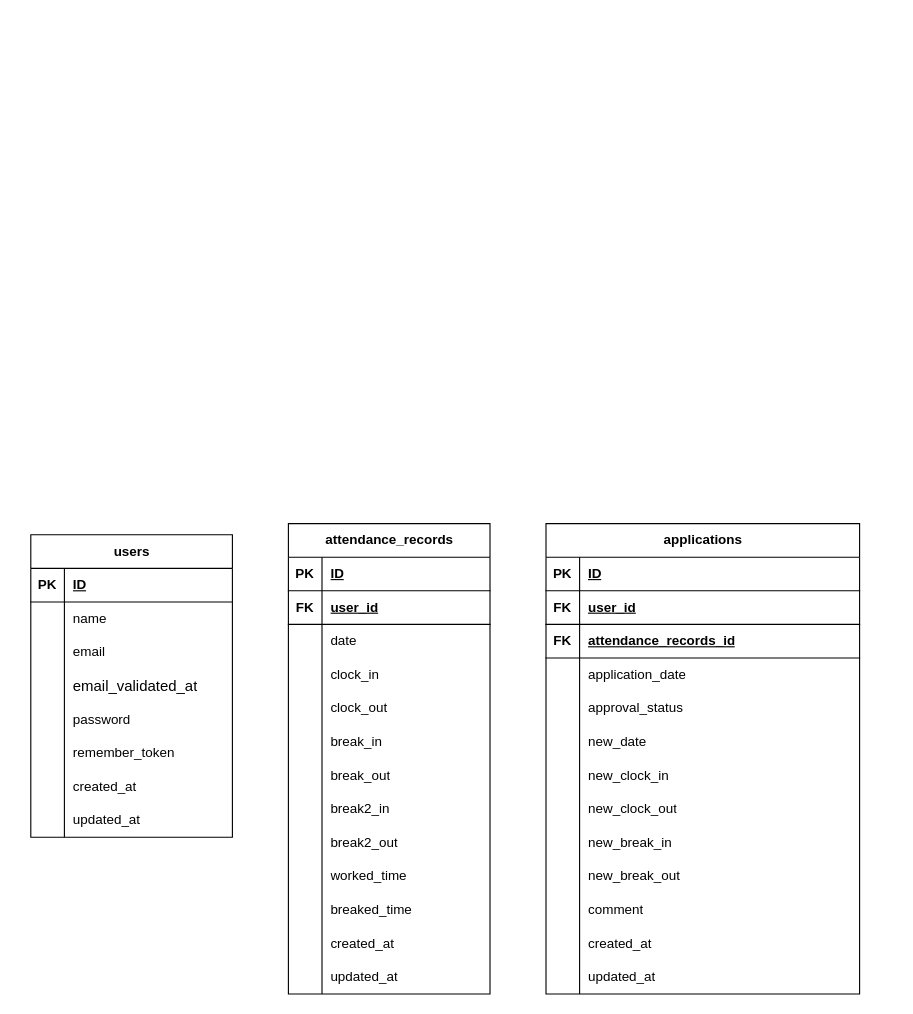
bunta27/WorkLog keeps this draw.io diagram as worklog.drawio. Above is the earlier version. Source tidied: cells renumbered, new cells numbered last; positions are measured from the earlier drawing's top-left corner, leaving out a move shared by most shapes. Both pictures are drawn from the tidied source at 112%, with x=0, y=0 at pixel (30, 523).
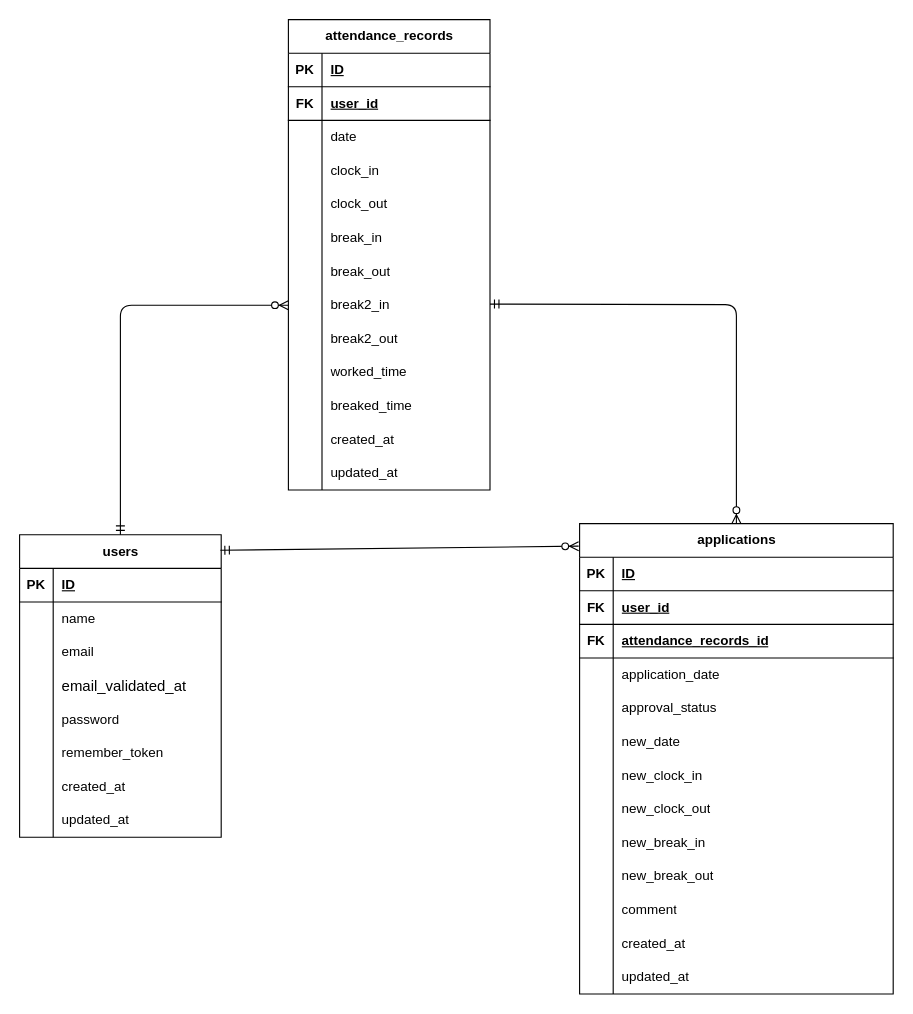
The same diagram, later.

The change refers to these unchanged cells:
```xml
<mxCell id="24" style="shape=tableRow;horizontal=0;startSize=0;swimlaneHead=0;swimlaneBody=0;fillColor=none;points=[[0,0.5],[1,0.5]];portConstraint=eastwest;top=0;left=0;right=0;bottom=0;" parent="2" vertex="1">
  <mxGeometry y="240" width="180" height="30" as="geometry" />
</mxCell>
```

Diff of the diagram source:
```diff
@@
     <mxCell id="2" value="attendance_records" style="shape=table;startSize=30;childLayout=tableLayout;rowLines=0;fontStyle=1;align=center;html=1;" parent="1" vertex="1">
-      <mxGeometry x="230" width="180" height="420" as="geometry" />
+      <mxGeometry x="230" y="-450" width="180" height="420" as="geometry" />
     </mxCell>
@@
     <mxCell id="42" value="users" style="shape=table;startSize=30;childLayout=tableLayout;rowLines=0;fontStyle=1;align=center;html=1;" parent="1" vertex="1">
-      <mxGeometry y="10" width="180" height="270" as="geometry" />
+      <mxGeometry x="-10" y="10" width="180" height="270" as="geometry" />
     </mxCell>
@@
     <mxCell id="67" value="applications" style="shape=table;startSize=30;childLayout=tableLayout;rowLines=0;fontStyle=1;align=center;html=1;" parent="1" vertex="1">
-      <mxGeometry x="460" width="280" height="420" as="geometry" />
+      <mxGeometry x="490" width="280" height="420" as="geometry" />
     </mxCell>
@@
+    <mxCell id="107" style="fontSize=12;html=1;endArrow=ERzeroToMany;startArrow=ERmandOne;exitX=0.5;exitY=0;exitDx=0;exitDy=0;entryX=0;entryY=0.5;entryDx=0;entryDy=0;edgeStyle=orthogonalEdgeStyle;" parent="1" edge="1" source="42" target="24">
+      <mxGeometry relative="1" as="geometry" />
+    </mxCell>
+    <mxCell id="108" style="fontSize=12;html=1;endArrow=ERzeroToMany;startArrow=ERmandOne;exitX=0.996;exitY=0.051;exitDx=0;exitDy=0;exitPerimeter=0;entryX=-0.003;entryY=0.048;entryDx=0;entryDy=0;entryPerimeter=0;" parent="1" edge="1" source="42" target="67">
+      <mxGeometry relative="1" as="geometry" />
+    </mxCell>
+    <mxCell id="109" style="fontSize=12;html=1;endArrow=ERzeroToMany;startArrow=ERmandOne;exitX=0.996;exitY=0.051;exitDx=0;exitDy=0;exitPerimeter=0;edgeStyle=orthogonalEdgeStyle;entryX=0.5;entryY=0;entryDx=0;entryDy=0;" parent="1" edge="1" target="67">
+      <mxGeometry relative="1" as="geometry">
+        <mxPoint x="410" y="-196" as="sourcePoint" />
+      </mxGeometry>
+    </mxCell>
```
